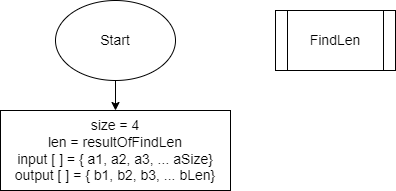
mmoloka/Control_Task keeps this draw.io diagram as Block_scheme.drawio.png. Above is the earlier version. Source tidied: cells renumbered, new cells last; positions are measured from the earlier drawing's top-left corner, leaving out a move shared by most shapes. Its diagram source:
```xml
<mxGraphModel>
  <root>
    <mxCell id="0" />
    <mxCell id="1" parent="0" />
    <mxCell id="2" style="edgeStyle=none;html=1;entryX=0.5;entryY=0;entryDx=0;entryDy=0;fontSize=14;" parent="1" edge="1" source="3" target="4">
      <mxGeometry relative="1" as="geometry" />
    </mxCell>
    <mxCell id="3" value="&lt;font style=&quot;font-size: 14px&quot;&gt;Start&lt;/font&gt;" style="ellipse;whiteSpace=wrap;html=1;" parent="1" vertex="1">
      <mxGeometry x="55" width="120" height="80" as="geometry" />
    </mxCell>
    <mxCell id="4" value="size = 4&lt;br&gt;len = resultOfFindLen&lt;br&gt;input [ ] = { a1, a2, a3, ... aSize}&lt;br&gt;output [ ] = { b1, b2, b3, ... bLen}" style="rounded=0;whiteSpace=wrap;html=1;fontSize=14;" parent="1" vertex="1">
      <mxGeometry y="110" width="230" height="80" as="geometry" />
    </mxCell>
    <mxCell id="5" value="FindLen" style="shape=process;whiteSpace=wrap;html=1;backgroundOutline=1;fontSize=14;" parent="1" vertex="1">
      <mxGeometry x="275" y="10" width="120" height="60" as="geometry" />
    </mxCell>
  </root>
</mxGraphModel>
```
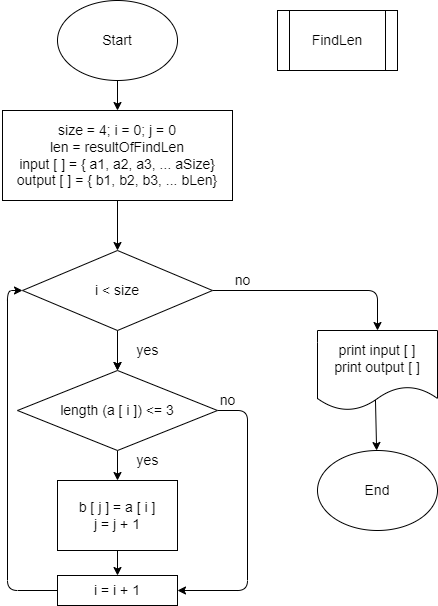
After the commit.

Commit message:
Create Block Scheme

The edit, as a diff of the source:
```diff
@@ -8,11 +8,82 @@
     <mxCell id="3" value="&lt;font style=&quot;font-size: 14px&quot;&gt;Start&lt;/font&gt;" style="ellipse;whiteSpace=wrap;html=1;" parent="1" vertex="1">
       <mxGeometry x="55" width="120" height="80" as="geometry" />
     </mxCell>
+    <mxCell id="6" style="edgeStyle=none;html=1;entryX=0.5;entryY=0;entryDx=0;entryDy=0;fontSize=14;" parent="1" edge="1" source="4" target="10">
+      <mxGeometry relative="1" as="geometry" />
+    </mxCell>
-    <mxCell id="4" value="size = 4&lt;br&gt;len = resultOfFindLen&lt;br&gt;input [ ] = { a1, a2, a3, ... aSize}&lt;br&gt;output [ ] = { b1, b2, b3, ... bLen}" style="rounded=0;whiteSpace=wrap;html=1;fontSize=14;" parent="1" vertex="1">
-      <mxGeometry y="110" width="230" height="80" as="geometry" />
+    <mxCell id="4" value="size = 4; i = 0; j = 0&lt;br&gt;len = resultOfFindLen&lt;br&gt;input [ ] = { a1, a2, a3, ... aSize}&lt;br&gt;output [ ] = { b1, b2, b3, ... bLen}" style="rounded=0;whiteSpace=wrap;html=1;fontSize=14;" parent="1" vertex="1">
+      <mxGeometry y="110" width="230" height="90" as="geometry" />
     </mxCell>
     <mxCell id="5" value="FindLen" style="shape=process;whiteSpace=wrap;html=1;backgroundOutline=1;fontSize=14;" parent="1" vertex="1">
       <mxGeometry x="275" y="10" width="120" height="60" as="geometry" />
     </mxCell>
+    <mxCell id="7" style="edgeStyle=none;html=1;fontSize=14;" parent="1" edge="1" source="10" target="13">
+      <mxGeometry relative="1" as="geometry" />
+    </mxCell>
+    <mxCell id="8" style="edgeStyle=none;html=1;entryX=0.5;entryY=0;entryDx=0;entryDy=0;fontSize=14;" parent="1" edge="1" source="10" target="13">
+      <mxGeometry relative="1" as="geometry" />
+    </mxCell>
+    <mxCell id="9" style="edgeStyle=none;html=1;fontSize=14;entryX=0.5;entryY=0;entryDx=0;entryDy=0;exitX=1;exitY=0.5;exitDx=0;exitDy=0;" parent="1" edge="1" source="10" target="21">
+      <mxGeometry relative="1" as="geometry">
+        <Array as="points">
+          <mxPoint x="375" y="290" />
+        </Array>
+      </mxGeometry>
+    </mxCell>
+    <mxCell id="10" value="i &amp;lt; size" style="rhombus;whiteSpace=wrap;html=1;fontSize=14;" parent="1" vertex="1">
+      <mxGeometry x="20" y="250" width="190" height="80" as="geometry" />
+    </mxCell>
+    <mxCell id="11" style="edgeStyle=none;html=1;entryX=0.5;entryY=0;entryDx=0;entryDy=0;fontSize=14;" parent="1" edge="1" source="13" target="15">
+      <mxGeometry relative="1" as="geometry" />
+    </mxCell>
+    <mxCell id="12" style="edgeStyle=none;html=1;entryX=1;entryY=0.5;entryDx=0;entryDy=0;fontSize=14;exitX=1;exitY=0.5;exitDx=0;exitDy=0;" parent="1" edge="1" source="13" target="17">
+      <mxGeometry relative="1" as="geometry">
+        <Array as="points">
+          <mxPoint x="245" y="410" />
+          <mxPoint x="245" y="590" />
+        </Array>
+      </mxGeometry>
+    </mxCell>
+    <mxCell id="13" value="length (a [ i ]) &amp;lt;= 3" style="rhombus;whiteSpace=wrap;html=1;fontSize=14;" parent="1" vertex="1">
+      <mxGeometry x="15" y="370" width="200" height="80" as="geometry" />
+    </mxCell>
+    <mxCell id="14" style="edgeStyle=none;html=1;entryX=0.5;entryY=0;entryDx=0;entryDy=0;fontSize=14;" parent="1" edge="1" source="15" target="17">
+      <mxGeometry relative="1" as="geometry" />
+    </mxCell>
+    <mxCell id="15" value="b [ j ] = a [ i ]&lt;br&gt;j = j + 1" style="rounded=0;whiteSpace=wrap;html=1;fontSize=14;" parent="1" vertex="1">
+      <mxGeometry x="55" y="480" width="120" height="70" as="geometry" />
+    </mxCell>
+    <mxCell id="16" style="edgeStyle=none;html=1;entryX=0;entryY=0.5;entryDx=0;entryDy=0;fontSize=14;exitX=0;exitY=0.5;exitDx=0;exitDy=0;" parent="1" edge="1" source="17" target="10">
+      <mxGeometry relative="1" as="geometry">
+        <Array as="points">
+          <mxPoint x="5" y="590" />
+          <mxPoint x="5" y="290" />
+        </Array>
+      </mxGeometry>
+    </mxCell>
+    <mxCell id="17" value="i = i + 1" style="rounded=0;whiteSpace=wrap;html=1;fontSize=14;" parent="1" vertex="1">
+      <mxGeometry x="55" y="575" width="120" height="30" as="geometry" />
+    </mxCell>
+    <mxCell id="18" value="yes" style="text;html=1;align=center;verticalAlign=middle;strokeColor=none;fillColor=none;fontSize=14;" parent="1" vertex="1">
+      <mxGeometry x="125" y="340" width="40" height="20" as="geometry" />
+    </mxCell>
+    <mxCell id="19" value="yes" style="text;html=1;align=center;verticalAlign=middle;strokeColor=none;fillColor=none;fontSize=14;" parent="1" vertex="1">
+      <mxGeometry x="125" y="450" width="40" height="20" as="geometry" />
+    </mxCell>
+    <mxCell id="20" style="edgeStyle=none;html=1;fontSize=14;exitX=0.483;exitY=0.863;exitDx=0;exitDy=0;exitPerimeter=0;" parent="1" edge="1" source="21" target="24">
+      <mxGeometry relative="1" as="geometry" />
+    </mxCell>
+    <mxCell id="21" value="print input [ ]&lt;br&gt;print output [ ]" style="shape=document;whiteSpace=wrap;html=1;boundedLbl=1;fontSize=14;" parent="1" vertex="1">
+      <mxGeometry x="315" y="330" width="120" height="80" as="geometry" />
+    </mxCell>
+    <mxCell id="22" value="no&lt;br&gt;" style="text;html=1;align=center;verticalAlign=middle;strokeColor=none;fillColor=none;fontSize=14;" parent="1" vertex="1">
+      <mxGeometry x="225" y="270" width="30" height="20" as="geometry" />
+    </mxCell>
+    <mxCell id="23" value="no&lt;br&gt;" style="text;html=1;align=center;verticalAlign=middle;strokeColor=none;fillColor=none;fontSize=14;" parent="1" vertex="1">
+      <mxGeometry x="210" y="390" width="30" height="20" as="geometry" />
+    </mxCell>
+    <mxCell id="24" value="End" style="ellipse;whiteSpace=wrap;html=1;fontSize=14;" parent="1" vertex="1">
+      <mxGeometry x="315" y="450" width="120" height="80" as="geometry" />
+    </mxCell>
   </root>
 </mxGraphModel>
```
